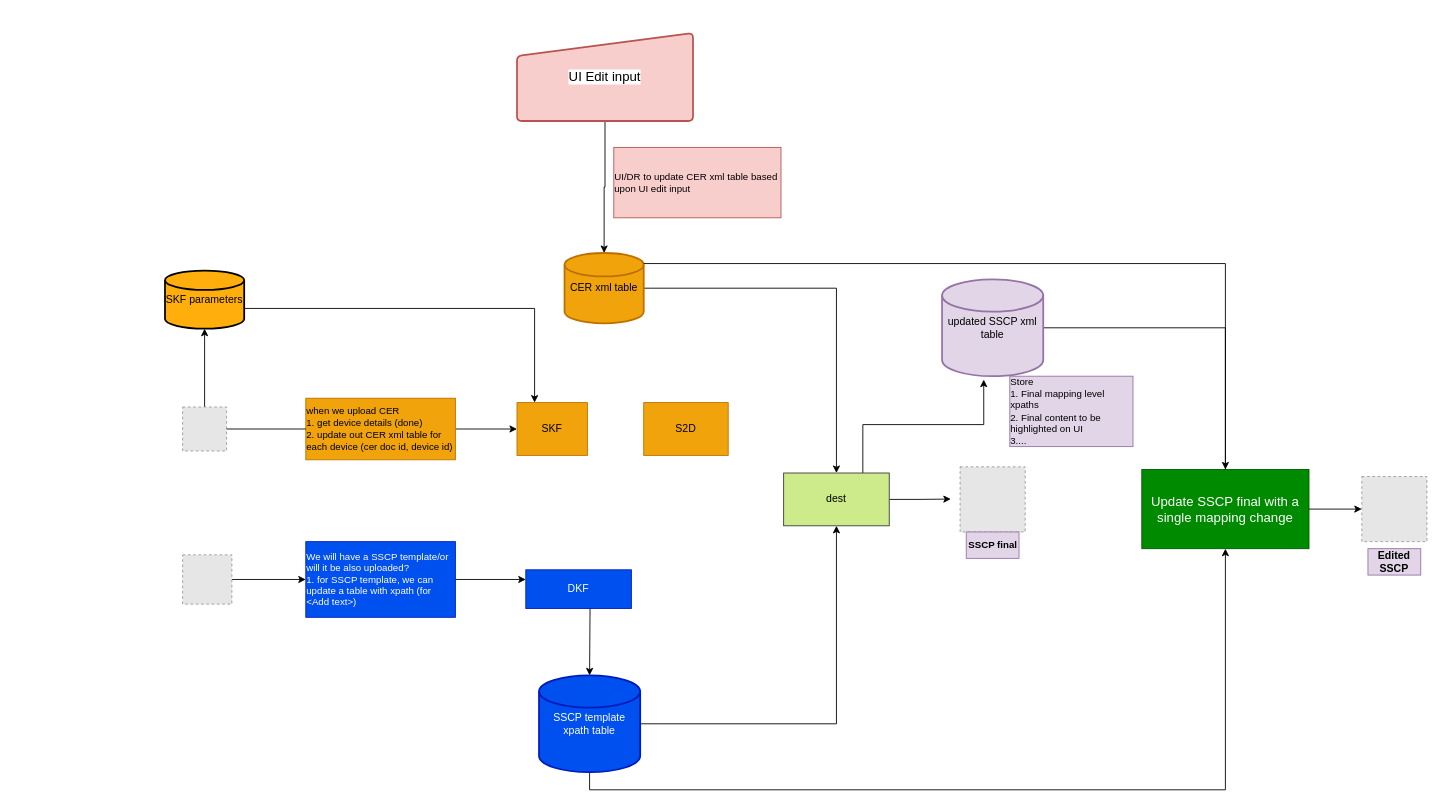
Above: AutoDoc.drawio in ravijp/Options-Pricing (draw.io), before the change. Source tidied: cells renumbered, new cells numbered last; positions are measured from the earlier drawing's top-left corner, leaving out a move shared by most shapes. Both pictures are drawn from the tidied source at 88%, with x=0, y=0 at pixel (165, 33). Pictures stored in the file or linked from it are replaced by grey dashed boxes.
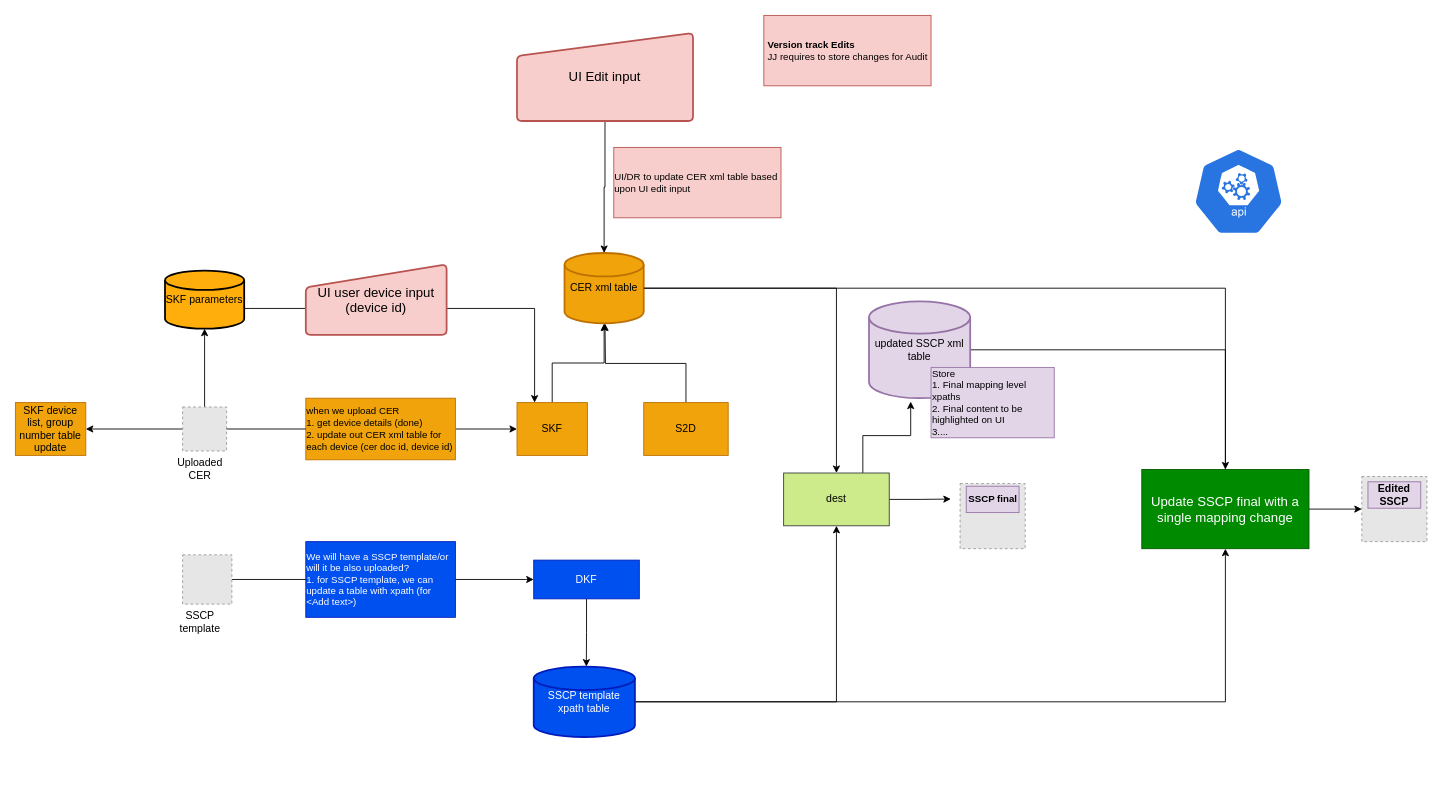
The same page after the edit.

Unchanged cells that the change refers to:
```xml
<mxCell id="2" value="SKF" style="rounded=0;whiteSpace=wrap;html=1;rotation=0;fillColor=#f0a30a;fontColor=#000000;strokeColor=#BD7000;" parent="1" vertex="1">
  <mxGeometry x="400" y="420" width="80" height="60" as="geometry" />
</mxCell>
<mxCell id="3" value="S2D" style="rounded=0;whiteSpace=wrap;html=1;rotation=0;fillColor=#f0a30a;fontColor=#000000;strokeColor=#BD7000;" parent="1" vertex="1">
  <mxGeometry x="544" y="420" width="96" height="60" as="geometry" />
</mxCell>
<mxCell id="11" style="fillColor=#E6E6E6;strokeColor=#999999;dashed=1;html=1;verticalAlign=top;verticalLabelPosition=bottom;labelBackgroundColor=#ffffff;" parent="1" vertex="1">
  <mxGeometry x="20" y="425" width="50" height="50" as="geometry" />
</mxCell>
<mxCell id="14" style="fillColor=#E6E6E6;strokeColor=#999999;dashed=1;html=1;verticalAlign=top;verticalLabelPosition=bottom;labelBackgroundColor=#ffffff;" parent="1" vertex="1">
  <mxGeometry x="20" y="593" width="56" height="56" as="geometry" />
</mxCell>
<mxCell id="16" value="CER xml table" style="strokeWidth=2;html=1;shape=mxgraph.flowchart.database;whiteSpace=wrap;fillColor=#f0a30a;fontColor=#000000;strokeColor=#BD7000;" parent="1" vertex="1">
  <mxGeometry x="454" y="250" width="90" height="80" as="geometry" />
</mxCell>
<mxCell id="29" value="Update SSCP final with a single mapping change" style="rounded=0;whiteSpace=wrap;html=1;labelBackgroundColor=none;fontSize=15;fillColor=#008a00;fontColor=#ffffff;strokeColor=#005700;" parent="1" vertex="1">
  <mxGeometry x="1110" y="496" width="190" height="90" as="geometry" />
</mxCell>
<mxCell id="35" value="&lt;div style=&quot;text-align: left ; font-size: 11px&quot;&gt;&lt;span&gt;when we upload CER&lt;/span&gt;&lt;br&gt;&lt;span&gt;1. get device details (done)&lt;/span&gt;&lt;br&gt;&lt;span&gt;2. update out CER xml table for each device (cer doc id, device id)&lt;/span&gt;&lt;br&gt;&lt;/div&gt;" style="text;html=1;strokeColor=#BD7000;fillColor=#f0a30a;align=center;verticalAlign=middle;whiteSpace=wrap;rounded=0;fontSize=11;fontColor=#000000;" parent="1" vertex="1">
  <mxGeometry x="160" y="415" width="170" height="70" as="geometry" />
</mxCell>
<mxCell id="37" value="&lt;div style=&quot;text-align: left ; font-size: 11px&quot;&gt;We will have a SSCP template/or will it be also uploaded?&lt;/div&gt;&lt;div style=&quot;text-align: left ; font-size: 11px&quot;&gt;&lt;span&gt;1. for SSCP template, we can update a table with xpath (for &amp;lt;Add text&amp;gt;)&lt;/span&gt;&lt;br&gt;&lt;/div&gt;" style="text;html=1;strokeColor=#001DBC;fillColor=#0050ef;align=center;verticalAlign=middle;whiteSpace=wrap;rounded=0;fontSize=11;fontColor=#ffffff;" parent="1" vertex="1">
  <mxGeometry x="160" y="578" width="170" height="86" as="geometry" />
</mxCell>
```

Change to the diagram source:
```diff
@@
+    <mxCell id="38" style="edgeStyle=orthogonalEdgeStyle;rounded=0;jettySize=auto;html=1;exitX=0.5;exitY=0;exitDx=0;exitDy=0;entryX=0.5;entryY=1;entryDx=0;entryDy=0;entryPerimeter=0;fontSize=12;" parent="1" edge="1" source="2" target="16">
+      <mxGeometry relative="1" as="geometry" />
+    </mxCell>
@@
+    <mxCell id="39" style="edgeStyle=orthogonalEdgeStyle;rounded=0;jettySize=auto;html=1;exitX=0.5;exitY=0;exitDx=0;exitDy=0;fontSize=12;" parent="1" edge="1" source="3">
+      <mxGeometry relative="1" as="geometry">
+        <mxPoint x="500" y="330" as="targetPoint" />
+      </mxGeometry>
+    </mxCell>
@@
-    <mxCell id="4" style="edgeStyle=orthogonalEdgeStyle;rounded=0;jettySize=auto;html=1;entryX=0.5;entryY=0;entryDx=0;entryDy=0;entryPerimeter=0;fontSize=11;" parent="1" edge="1" target="19">
-      <mxGeometry relative="1" as="geometry">
-        <mxPoint x="483" y="654" as="sourcePoint" />
-        <Array as="points">
-          <mxPoint x="483" y="654" />
-        </Array>
-      </mxGeometry>
-    </mxCell>
+    <mxCell id="40" style="edgeStyle=orthogonalEdgeStyle;rounded=0;jettySize=auto;html=1;exitX=0.5;exitY=1;exitDx=0;exitDy=0;fontSize=12;" parent="1" edge="1" source="5">
+      <mxGeometry relative="1" as="geometry">
+        <mxPoint x="478.8" y="720" as="targetPoint" />
+      </mxGeometry>
+    </mxCell>
     <mxCell id="5" value="DKF" style="rounded=0;whiteSpace=wrap;html=1;rotation=0;fillColor=#0050ef;fontColor=#ffffff;strokeColor=#001DBC;" parent="1" vertex="1">
-      <mxGeometry x="410" y="610" width="120" height="44" as="geometry" />
+      <mxGeometry x="419" y="599" width="120" height="44" as="geometry" />
     </mxCell>
@@
+    <mxCell id="41" style="edgeStyle=orthogonalEdgeStyle;rounded=0;jettySize=auto;html=1;entryX=1;entryY=0.5;entryDx=0;entryDy=0;fontSize=12;" parent="1" edge="1" source="11" target="45">
+      <mxGeometry relative="1" as="geometry" />
+    </mxCell>
@@
-    <mxCell id="12" style="edgeStyle=orthogonalEdgeStyle;rounded=0;jettySize=auto;html=1;entryX=0;entryY=0.25;entryDx=0;entryDy=0;fontSize=11;startArrow=none;" parent="1" edge="1" source="37" target="5">
-      <mxGeometry relative="1" as="geometry" />
-    </mxCell>
-    <mxCell id="13" style="edgeStyle=orthogonalEdgeStyle;rounded=0;jettySize=auto;html=1;entryX=0;entryY=0.5;entryDx=0;entryDy=0;fontSize=12;" parent="1" edge="1" source="14" target="37">
-      <mxGeometry relative="1" as="geometry" />
-    </mxCell>
+    <mxCell id="42" style="edgeStyle=orthogonalEdgeStyle;rounded=0;jettySize=auto;html=1;exitX=1;exitY=0.5;exitDx=0;exitDy=0;fontSize=12;entryX=0;entryY=0.5;entryDx=0;entryDy=0;" parent="1" edge="1" source="14" target="5">
+      <mxGeometry relative="1" as="geometry">
+        <Array as="points">
+          <mxPoint x="410" y="621" />
+        </Array>
+      </mxGeometry>
+    </mxCell>
@@
-    <mxCell id="18" style="edgeStyle=orthogonalEdgeStyle;rounded=0;jettySize=auto;html=1;exitX=0.5;exitY=1;exitDx=0;exitDy=0;exitPerimeter=0;fontSize=15;entryX=0.5;entryY=1;entryDx=0;entryDy=0;" parent="1" edge="1" source="19" target="29">
+    <mxCell id="18" style="edgeStyle=orthogonalEdgeStyle;rounded=0;jettySize=auto;html=1;exitX=1;exitY=0.5;exitDx=0;exitDy=0;exitPerimeter=0;fontSize=15;entryX=0.5;entryY=1;entryDx=0;entryDy=0;" parent="1" edge="1" source="19" target="29">
       <mxGeometry relative="1" as="geometry" />
     </mxCell>
     <mxCell id="19" value="SSCP template xpath table" style="strokeWidth=2;html=1;shape=mxgraph.flowchart.database;whiteSpace=wrap;fillColor=#0050ef;fontColor=#ffffff;strokeColor=#001DBC;" parent="1" vertex="1">
-      <mxGeometry x="425" y="730" width="115" height="110" as="geometry" />
+      <mxGeometry x="419" y="720" width="115" height="80" as="geometry" />
     </mxCell>
@@
     <mxCell id="21" value="updated SSCP xml table" style="strokeWidth=2;html=1;shape=mxgraph.flowchart.database;whiteSpace=wrap;fillColor=#e1d5e7;strokeColor=#9673a6;" parent="1" vertex="1">
-      <mxGeometry x="883" y="280" width="115" height="110" as="geometry" />
+      <mxGeometry x="800" y="305" width="115" height="110" as="geometry" />
     </mxCell>
     <mxCell id="22" style="fillColor=#E6E6E6;strokeColor=#999999;dashed=1;html=1;verticalAlign=top;verticalLabelPosition=bottom;labelBackgroundColor=#ffffff;fontSize=11;" parent="1" vertex="1">
-      <mxGeometry x="903.5" y="493" width="74" height="74" as="geometry" />
+      <mxGeometry x="903.5" y="512" width="74" height="74" as="geometry" />
     </mxCell>
     <mxCell id="23" value="&lt;b style=&quot;&quot;&gt;SSCP final&lt;/b&gt;" style="text;html=1;strokeColor=#9673a6;fillColor=#e1d5e7;align=center;verticalAlign=middle;whiteSpace=wrap;rounded=0;fontSize=11;labelBackgroundColor=none;" parent="1" vertex="1">
-      <mxGeometry x="910.5" y="567" width="60" height="30" as="geometry" />
+      <mxGeometry x="910.5" y="515" width="60" height="30" as="geometry" />
     </mxCell>
@@
-    <mxCell id="25" value="&lt;span style=&quot;line-height: 1&quot;&gt;&lt;font&gt;&lt;font style=&quot;font-size: 15px&quot;&gt;UI Edit input&lt;/font&gt;&lt;br&gt;&lt;/font&gt;&lt;/span&gt;" style="html=1;strokeWidth=2;shape=manualInput;whiteSpace=wrap;rounded=1;size=26;arcSize=11;labelBackgroundColor=#FFFFFF;fontSize=11;fillColor=#f8cecc;strokeColor=#b85450;" parent="1" vertex="1">
+    <mxCell id="25" value="&lt;span style=&quot;line-height: 1&quot;&gt;&lt;font&gt;&lt;font style=&quot;font-size: 15px&quot;&gt;UI Edit input&lt;/font&gt;&lt;br&gt;&lt;/font&gt;&lt;/span&gt;" style="html=1;strokeWidth=2;shape=manualInput;whiteSpace=wrap;rounded=1;size=26;arcSize=11;labelBackgroundColor=none;fontSize=11;fillColor=#f8cecc;strokeColor=#b85450;" parent="1" vertex="1">
       <mxGeometry x="400" width="200" height="100" as="geometry" />
     </mxCell>
@@
     <mxCell id="27" value="&lt;div style=&quot;text-align: left ; font-size: 11px&quot;&gt;Store&lt;/div&gt;&lt;div style=&quot;text-align: left ; font-size: 11px&quot;&gt;1. Final mapping level xpaths&lt;/div&gt;&lt;div style=&quot;text-align: left ; font-size: 11px&quot;&gt;2. Final content to be highlighted on UI&lt;/div&gt;&lt;div style=&quot;text-align: left ; font-size: 11px&quot;&gt;3....&lt;/div&gt;" style="text;html=1;strokeColor=#9673a6;fillColor=#e1d5e7;align=center;verticalAlign=middle;whiteSpace=wrap;rounded=0;fontSize=11;" parent="1" vertex="1">
-      <mxGeometry x="960" y="390" width="140" height="80" as="geometry" />
+      <mxGeometry x="870.5" y="380" width="140" height="80" as="geometry" />
     </mxCell>
@@
-    <mxCell id="30" style="edgeStyle=orthogonalEdgeStyle;rounded=0;jettySize=auto;html=1;exitX=1;exitY=0.15;exitDx=0;exitDy=0;exitPerimeter=0;fontSize=15;endArrow=none;" parent="1" edge="1" source="16" target="29">
+    <mxCell id="30" style="edgeStyle=orthogonalEdgeStyle;rounded=0;jettySize=auto;html=1;exitX=1;exitY=0.5;exitDx=0;exitDy=0;exitPerimeter=0;fontSize=15;endArrow=none;" parent="1" edge="1" source="16" target="29">
       <mxGeometry relative="1" as="geometry" />
     </mxCell>
@@
     <mxCell id="32" value="&lt;b&gt;&lt;font style=&quot;font-size: 12px&quot;&gt;Edited SSCP&lt;/font&gt;&lt;/b&gt;" style="text;html=1;strokeColor=#9673a6;fillColor=#e1d5e7;align=center;verticalAlign=middle;whiteSpace=wrap;rounded=0;fontSize=11;labelBackgroundColor=none;" parent="1" vertex="1">
-      <mxGeometry x="1367" y="586" width="60" height="30" as="geometry" />
+      <mxGeometry x="1367" y="510" width="60" height="30" as="geometry" />
     </mxCell>
@@
-    <mxCell id="36" style="edgeStyle=orthogonalEdgeStyle;rounded=0;jettySize=auto;html=1;entryX=0;entryY=0.5;entryDx=0;entryDy=0;endArrow=none;" parent="1" edge="1" source="11" target="35">
+    <mxCell id="36" style="edgeStyle=orthogonalEdgeStyle;rounded=0;jettySize=auto;html=1;endArrow=none;entryX=0;entryY=0.5;entryDx=0;entryDy=0;" parent="1" edge="1" source="11" target="35">
       <mxGeometry relative="1" as="geometry" />
     </mxCell>
@@
+    <mxCell id="43" value="Uploaded CER" style="text;html=1;strokeColor=none;fillColor=none;align=center;verticalAlign=middle;whiteSpace=wrap;rounded=0;labelBackgroundColor=none;fontSize=12;" parent="1" vertex="1">
+      <mxGeometry x="10" y="480" width="60" height="30" as="geometry" />
+    </mxCell>
+    <mxCell id="44" value="SSCP template" style="text;html=1;strokeColor=none;fillColor=none;align=center;verticalAlign=middle;whiteSpace=wrap;rounded=0;labelBackgroundColor=none;fontSize=12;" parent="1" vertex="1">
+      <mxGeometry x="10" y="654" width="60" height="30" as="geometry" />
+    </mxCell>
+    <mxCell id="45" value="SKF device list, group number table update" style="rounded=0;whiteSpace=wrap;html=1;rotation=0;fillColor=#f0a30a;fontColor=#000000;strokeColor=#BD7000;" parent="1" vertex="1">
+      <mxGeometry x="-170" y="420" width="80" height="60" as="geometry" />
+    </mxCell>
+    <mxCell id="46" style="sketch=0;html=1;dashed=0;whitespace=wrap;fillColor=#2875E2;strokeColor=#ffffff;shape=mxgraph.kubernetes.icon;prIcon=api;rounded=1;labelBackgroundColor=none;fontSize=12;" parent="1" vertex="1">
+      <mxGeometry x="1160" y="130" width="120" height="100" as="geometry" />
+    </mxCell>
+    <mxCell id="47" value="&lt;div style=&quot;text-align: left ; font-size: 11px&quot;&gt;&lt;b&gt;Version track Edits&lt;/b&gt;&lt;/div&gt;&lt;div style=&quot;text-align: left ; font-size: 11px&quot;&gt;JJ requires to store changes for Audit&lt;/div&gt;" style="text;html=1;strokeColor=#b85450;fillColor=#f8cecc;align=center;verticalAlign=middle;whiteSpace=wrap;rounded=0;fontSize=11;" parent="1" vertex="1">
+      <mxGeometry x="680.5" y="-20" width="190" height="80" as="geometry" />
+    </mxCell>
+    <mxCell id="48" value="&lt;span style=&quot;line-height: 1&quot;&gt;&lt;font&gt;&lt;font style=&quot;font-size: 15px&quot;&gt;UI user device input (device id)&lt;/font&gt;&lt;br&gt;&lt;/font&gt;&lt;/span&gt;" style="html=1;strokeWidth=2;shape=manualInput;whiteSpace=wrap;rounded=1;size=26;arcSize=11;labelBackgroundColor=none;fontSize=11;fillColor=#f8cecc;strokeColor=#b85450;" parent="1" vertex="1">
+      <mxGeometry x="160" y="263" width="160" height="80" as="geometry" />
+    </mxCell>
```
